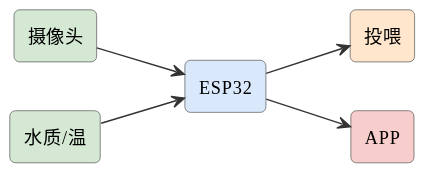
This is assets/diagrams/ideas-fig15.svg from mingyi0818/IntelligentMcuCourse, a PlantUML export, as it was before one commit.
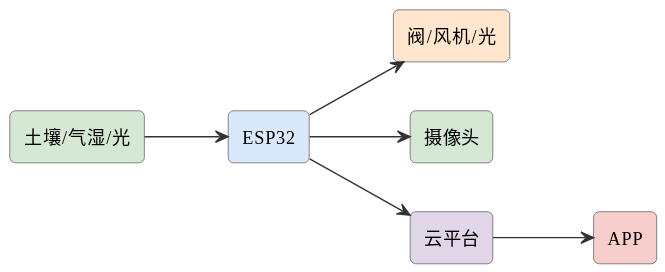
Later version of the same file.

Change to the diagram source:
```diff
@@ -6,13 +6,15 @@
 skinparam arrowFontSize 11
 skinparam arrowColor #333
 left to right direction
+rectangle "土壤/气湿/光" as s #d5e8d4
+rectangle "ESP32" as esp #dae8fc
+rectangle "阀/风机/光" as act #ffe6cc
 rectangle "摄像头" as cam #d5e8d4
-rectangle "水质/温" as s #d5e8d4
-rectangle "ESP32" as esp #dae8fc
-rectangle "投喂" as feed #ffe6cc
+rectangle "云平台" as cloud #e1d5e8
 rectangle "APP" as app #f8cecc
-cam --> esp
 s --> esp
-esp --> feed
-esp --> app
+esp --> act
+esp --> cam
+esp --> cloud
+cloud --> app
 @enduml
```
